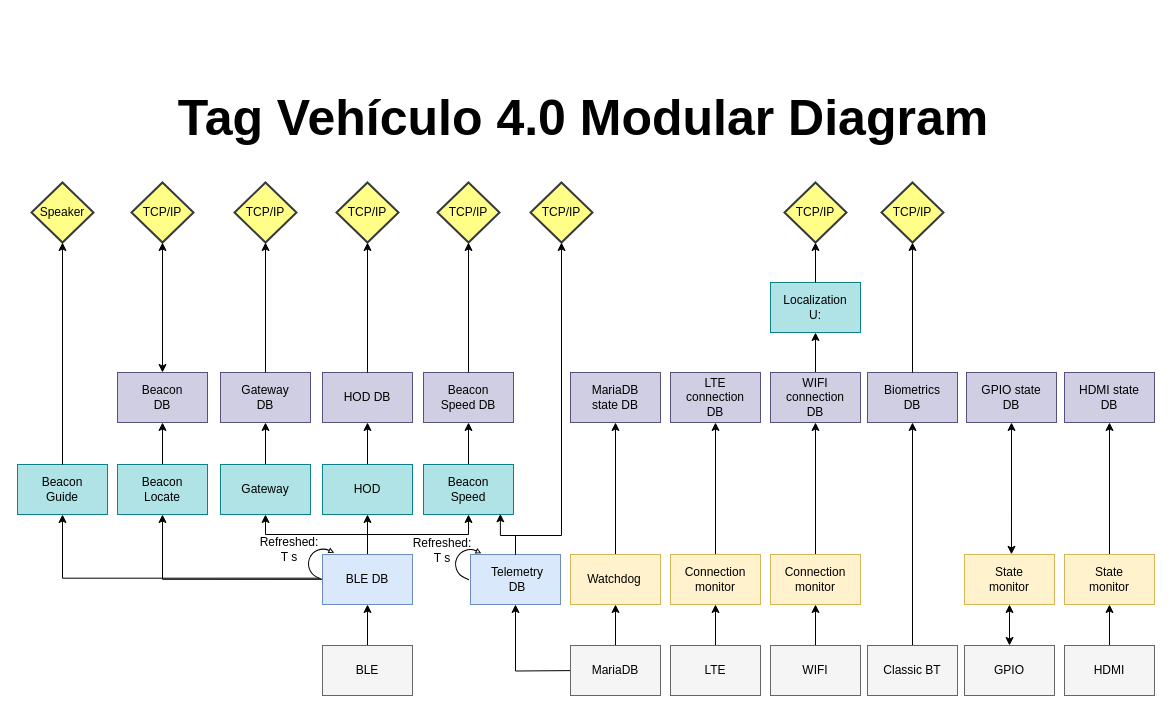
Above: Diagrama modular de Tag Vehiculo 4_0.drawio in CesarRodriguez14/Tag_Vehiculo_4_0_Diagramas (draw.io), before the change. Source tidied: cells renumbered, new cells numbered last; positions are measured from the earlier drawing's top-left corner, leaving out a move shared by most shapes. Both pictures are drawn from the tidied source at 100%, with x=0, y=0 at pixel (17, 92).
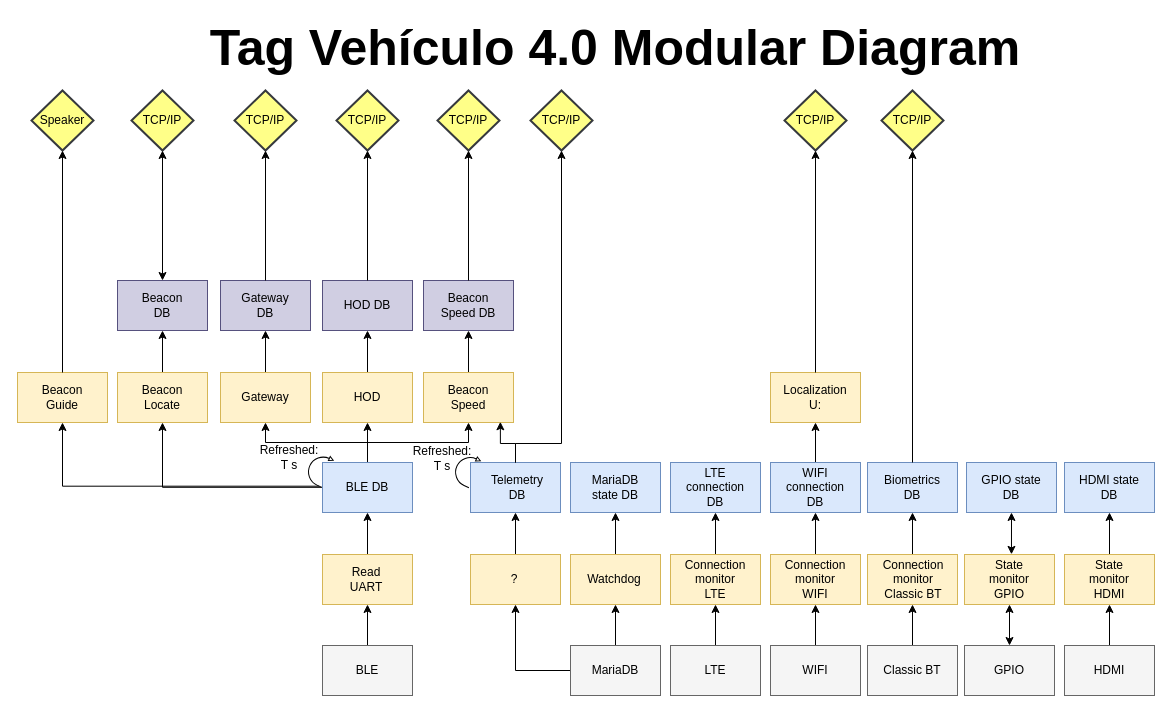
After the change.

The change refers to these unchanged cells:
```xml
<mxCell id="3" style="rounded=0;whiteSpace=wrap;html=1;fillColor=#f5f5f5;fontColor=#333333;strokeColor=#666666;" parent="1" vertex="1">
  <mxGeometry x="305" y="553" width="90" height="50" as="geometry" />
</mxCell>
<mxCell id="18" style="rounded=0;whiteSpace=wrap;html=1;fillColor=#f5f5f5;fontColor=#333333;strokeColor=#666666;" parent="1" vertex="1">
  <mxGeometry x="553" y="553" width="90" height="50" as="geometry" />
</mxCell>
<mxCell id="47" style="rounded=0;whiteSpace=wrap;html=1;fillColor=#f5f5f5;fontColor=#333333;strokeColor=#666666;" parent="1" vertex="1">
  <mxGeometry x="850" y="553" width="90" height="50" as="geometry" />
</mxCell>
```

Diff of the diagram source:
```diff
@@
-    <mxCell id="2" style="edgeStyle=orthogonalEdgeStyle;rounded=0;jettySize=auto;html=1;exitX=0.5;exitY=0;exitDx=0;exitDy=0;entryX=0.5;entryY=1;entryDx=0;entryDy=0;" parent="1" edge="1" source="3" target="23">
-      <mxGeometry relative="1" as="geometry" />
-    </mxCell>
+    <mxCell id="107" style="edgeStyle=orthogonalEdgeStyle;rounded=0;jettySize=auto;html=1;exitX=0.5;exitY=0;exitDx=0;exitDy=0;entryX=0.5;entryY=1;entryDx=0;entryDy=0;" parent="1" edge="1" source="3" target="111">
+      <mxGeometry relative="1" as="geometry" />
+    </mxCell>
@@
-    <mxCell id="17" style="edgeStyle=orthogonalEdgeStyle;rounded=0;jettySize=auto;html=1;exitX=0;exitY=0.5;exitDx=0;exitDy=0;entryX=0.5;entryY=1;entryDx=0;entryDy=0;" parent="1" edge="1" target="43">
-      <mxGeometry relative="1" as="geometry">
-        <mxPoint x="568" y="578" as="sourcePoint" />
-      </mxGeometry>
-    </mxCell>
+    <mxCell id="108" style="edgeStyle=orthogonalEdgeStyle;rounded=0;jettySize=auto;html=1;exitX=0;exitY=0.5;exitDx=0;exitDy=0;entryX=0.5;entryY=1;entryDx=0;entryDy=0;" parent="1" edge="1" source="18" target="117">
+      <mxGeometry relative="1" as="geometry" />
+    </mxCell>
@@
     <mxCell id="23" style="rounded=0;whiteSpace=wrap;html=1;fillColor=#DAE8FC;strokeColor=#6c8ebf;" parent="1" vertex="1">
-      <mxGeometry x="305" y="462" width="90" height="50" as="geometry" />
+      <mxGeometry x="305" y="370" width="90" height="50" as="geometry" />
     </mxCell>
     <mxCell id="24" value="BLE DB" style="text;html=1;align=center;verticalAlign=middle;whiteSpace=wrap;rounded=0;" parent="1" vertex="1">
-      <mxGeometry x="320" y="472" width="60" height="30" as="geometry" />
+      <mxGeometry x="320" y="380" width="60" height="30" as="geometry" />
     </mxCell>
@@
-    <mxCell id="27" value="Connection monitor" style="text;html=1;align=center;verticalAlign=middle;whiteSpace=wrap;rounded=0;" parent="1" vertex="1">
+    <mxCell id="27" value="Connection monitor LTE" style="text;html=1;align=center;verticalAlign=middle;whiteSpace=wrap;rounded=0;" parent="1" vertex="1">
       <mxGeometry x="668" y="472" width="60" height="30" as="geometry" />
     </mxCell>
@@
-    <mxCell id="30" value="Connection monitor" style="text;html=1;align=center;verticalAlign=middle;whiteSpace=wrap;rounded=0;" parent="1" vertex="1">
+    <mxCell id="30" value="Connection monitor WIFI" style="text;html=1;align=center;verticalAlign=middle;whiteSpace=wrap;rounded=0;" parent="1" vertex="1">
       <mxGeometry x="768" y="472" width="60" height="30" as="geometry" />
     </mxCell>
@@
-    <mxCell id="32" value="State monitor" style="text;html=1;align=center;verticalAlign=middle;whiteSpace=wrap;rounded=0;" parent="1" vertex="1">
+    <mxCell id="32" value="State monitor GPIO" style="text;html=1;align=center;verticalAlign=middle;whiteSpace=wrap;rounded=0;" parent="1" vertex="1">
       <mxGeometry x="962" y="472" width="60" height="30" as="geometry" />
     </mxCell>
@@
-    <mxCell id="35" value="State monitor" style="text;html=1;align=center;verticalAlign=middle;whiteSpace=wrap;rounded=0;" parent="1" vertex="1">
+    <mxCell id="35" value="State monitor HDMI" style="text;html=1;align=center;verticalAlign=middle;whiteSpace=wrap;rounded=0;" parent="1" vertex="1">
       <mxGeometry x="1062" y="472" width="60" height="30" as="geometry" />
     </mxCell>
@@
     <mxCell id="39" style="edgeStyle=orthogonalEdgeStyle;rounded=0;jettySize=auto;html=1;exitX=0;exitY=0;exitDx=20;exitDy=31.48;exitPerimeter=0;entryX=0.5;entryY=1;entryDx=0;entryDy=0;" parent="1" edge="1" source="41" target="58">
       <mxGeometry relative="1" as="geometry">
         <Array as="points">
-          <mxPoint x="145" y="487" />
+          <mxPoint x="145" y="395" />
         </Array>
       </mxGeometry>
     </mxCell>
@@
     <mxCell id="41" style="html=1;shadow=0;dashed=0;align=center;verticalAlign=middle;shape=mxgraph.arrows2.uTurnArrow;dy=0;arrowHead=4.41;dx2=4.26;rotation=25;" parent="1" vertex="1">
-      <mxGeometry x="291.9" y="452.6" width="20" height="31.5" as="geometry" />
+      <mxGeometry x="291.9" y="360.6" width="20" height="31.5" as="geometry" />
     </mxCell>
     <mxCell id="42" value="Refreshed:&lt;div&gt;T s&lt;/div&gt;" style="text;html=1;align=center;verticalAlign=middle;whiteSpace=wrap;rounded=0;" parent="1" vertex="1">
-      <mxGeometry x="242" y="442" width="60" height="30" as="geometry" />
+      <mxGeometry x="242" y="350" width="60" height="30" as="geometry" />
     </mxCell>
     <mxCell id="43" style="rounded=0;whiteSpace=wrap;html=1;fillColor=#dae8fc;strokeColor=#6c8ebf;" parent="1" vertex="1">
-      <mxGeometry x="453" y="462" width="90" height="50" as="geometry" />
+      <mxGeometry x="453" y="370" width="90" height="50" as="geometry" />
     </mxCell>
     <mxCell id="44" value="Telemetry DB" style="text;html=1;align=center;verticalAlign=middle;whiteSpace=wrap;rounded=0;" parent="1" vertex="1">
-      <mxGeometry x="470" y="472" width="60" height="30" as="geometry" />
+      <mxGeometry x="470" y="380" width="60" height="30" as="geometry" />
     </mxCell>
     <mxCell id="45" value="TCP/IP" style="strokeWidth=2;html=1;shape=mxgraph.flowchart.decision;whiteSpace=wrap;fillColor=#ffff88;strokeColor=#36393d;" parent="1" vertex="1">
-      <mxGeometry x="513" y="90" width="62" height="60" as="geometry" />
+      <mxGeometry x="513" y="-2" width="62" height="60" as="geometry" />
     </mxCell>
-    <mxCell id="46" style="edgeStyle=orthogonalEdgeStyle;rounded=0;jettySize=auto;html=1;exitX=0.5;exitY=0;exitDx=0;exitDy=0;entryX=0.5;entryY=1;entryDx=0;entryDy=0;" parent="1" edge="1" source="47" target="49">
-      <mxGeometry relative="1" as="geometry" />
-    </mxCell>
+    <mxCell id="109" style="edgeStyle=orthogonalEdgeStyle;rounded=0;jettySize=auto;html=1;exitX=0.5;exitY=0;exitDx=0;exitDy=0;entryX=0.5;entryY=1;entryDx=0;entryDy=0;" parent="1" edge="1" source="47" target="114">
+      <mxGeometry relative="1" as="geometry" />
+    </mxCell>
@@
-    <mxCell id="49" style="rounded=0;whiteSpace=wrap;html=1;fillColor=#d0cee2;strokeColor=#56517e;" parent="1" vertex="1">
-      <mxGeometry x="850" y="280" width="90" height="50" as="geometry" />
+    <mxCell id="49" style="rounded=0;whiteSpace=wrap;html=1;fillColor=#dae8fc;strokeColor=#6c8ebf;" parent="1" vertex="1">
+      <mxGeometry x="850" y="370" width="90" height="50" as="geometry" />
     </mxCell>
     <mxCell id="50" value="Biometrics DB" style="text;html=1;align=center;verticalAlign=middle;whiteSpace=wrap;rounded=0;" parent="1" vertex="1">
-      <mxGeometry x="865" y="290" width="60" height="30" as="geometry" />
+      <mxGeometry x="865" y="380" width="60" height="30" as="geometry" />
     </mxCell>
     <mxCell id="51" value="TCP/IP" style="strokeWidth=2;html=1;shape=mxgraph.flowchart.decision;whiteSpace=wrap;fillColor=#ffff88;strokeColor=#36393d;" parent="1" vertex="1">
-      <mxGeometry x="864" y="90" width="62" height="60" as="geometry" />
+      <mxGeometry x="864" y="-2" width="62" height="60" as="geometry" />
     </mxCell>
@@
-    <mxCell id="53" style="rounded=0;whiteSpace=wrap;html=1;fillColor=#b0e3e6;strokeColor=#0e8088;" parent="1" vertex="1">
-      <mxGeometry x="753" y="190" width="90" height="50" as="geometry" />
+    <mxCell id="53" style="rounded=0;whiteSpace=wrap;html=1;fillColor=#fff2cc;strokeColor=#d6b656;" parent="1" vertex="1">
+      <mxGeometry x="753" y="280" width="90" height="50" as="geometry" />
     </mxCell>
     <mxCell id="54" value="Localization&lt;div&gt;U:&lt;/div&gt;" style="text;html=1;align=center;verticalAlign=middle;whiteSpace=wrap;rounded=0;" parent="1" vertex="1">
-      <mxGeometry x="767" y="200" width="62" height="30" as="geometry" />
+      <mxGeometry x="767" y="290" width="62" height="30" as="geometry" />
     </mxCell>
     <mxCell id="55" value="TCP/IP" style="strokeWidth=2;html=1;shape=mxgraph.flowchart.decision;whiteSpace=wrap;fillColor=#ffff88;strokeColor=#36393d;" parent="1" vertex="1">
-      <mxGeometry x="767" y="90" width="62" height="60" as="geometry" />
+      <mxGeometry x="767" y="-2" width="62" height="60" as="geometry" />
     </mxCell>
@@
-    <mxCell id="58" style="rounded=0;whiteSpace=wrap;html=1;fillColor=#b0e3e6;strokeColor=#0e8088;" parent="1" vertex="1">
-      <mxGeometry x="100" y="372" width="90" height="50" as="geometry" />
+    <mxCell id="58" style="rounded=0;whiteSpace=wrap;html=1;fillColor=#fff2cc;strokeColor=#d6b656;" parent="1" vertex="1">
+      <mxGeometry x="100" y="280" width="90" height="50" as="geometry" />
     </mxCell>
     <mxCell id="59" value="Beacon Locate" style="text;html=1;align=center;verticalAlign=middle;whiteSpace=wrap;rounded=0;" parent="1" vertex="1">
-      <mxGeometry x="114" y="382" width="62" height="30" as="geometry" />
+      <mxGeometry x="114" y="290" width="62" height="30" as="geometry" />
     </mxCell>
     <mxCell id="60" style="rounded=0;whiteSpace=wrap;html=1;fillColor=#d0cee2;strokeColor=#56517e;" parent="1" vertex="1">
-      <mxGeometry x="100" y="280" width="90" height="50" as="geometry" />
+      <mxGeometry x="100" y="188" width="90" height="50" as="geometry" />
     </mxCell>
     <mxCell id="61" value="Beacon DB" style="text;html=1;align=center;verticalAlign=middle;whiteSpace=wrap;rounded=0;" parent="1" vertex="1">
-      <mxGeometry x="114" y="290" width="62" height="30" as="geometry" />
+      <mxGeometry x="114" y="198" width="62" height="30" as="geometry" />
     </mxCell>
     <mxCell id="62" value="TCP/IP" style="strokeWidth=2;html=1;shape=mxgraph.flowchart.decision;whiteSpace=wrap;fillColor=#ffff88;strokeColor=#36393d;" parent="1" vertex="1">
-      <mxGeometry x="114" y="90" width="62" height="60" as="geometry" />
+      <mxGeometry x="114" y="-2" width="62" height="60" as="geometry" />
     </mxCell>
@@
-    <mxCell id="64" style="rounded=0;whiteSpace=wrap;html=1;fillColor=#b0e3e6;strokeColor=#0e8088;" parent="1" vertex="1">
-      <mxGeometry x="203" y="372" width="90" height="50" as="geometry" />
+    <mxCell id="64" style="rounded=0;whiteSpace=wrap;html=1;fillColor=#fff2cc;strokeColor=#d6b656;" parent="1" vertex="1">
+      <mxGeometry x="203" y="280" width="90" height="50" as="geometry" />
     </mxCell>
     <mxCell id="65" value="Gateway" style="text;html=1;align=center;verticalAlign=middle;whiteSpace=wrap;rounded=0;" parent="1" vertex="1">
-      <mxGeometry x="217" y="382" width="62" height="30" as="geometry" />
+      <mxGeometry x="217" y="290" width="62" height="30" as="geometry" />
     </mxCell>
     <mxCell id="66" style="rounded=0;whiteSpace=wrap;html=1;fillColor=#D0CEE2;strokeColor=#56517e;" parent="1" vertex="1">
-      <mxGeometry x="203" y="280" width="90" height="50" as="geometry" />
+      <mxGeometry x="203" y="188" width="90" height="50" as="geometry" />
     </mxCell>
     <mxCell id="67" value="Gateway DB" style="text;html=1;align=center;verticalAlign=middle;whiteSpace=wrap;rounded=0;" parent="1" vertex="1">
-      <mxGeometry x="217" y="290" width="62" height="30" as="geometry" />
+      <mxGeometry x="217" y="198" width="62" height="30" as="geometry" />
     </mxCell>
@@
-    <mxCell id="69" style="rounded=0;whiteSpace=wrap;html=1;fillColor=#b0e3e6;strokeColor=#0e8088;" parent="1" vertex="1">
-      <mxGeometry x="305" y="372" width="90" height="50" as="geometry" />
+    <mxCell id="69" style="rounded=0;whiteSpace=wrap;html=1;fillColor=#fff2cc;strokeColor=#d6b656;" parent="1" vertex="1">
+      <mxGeometry x="305" y="280" width="90" height="50" as="geometry" />
     </mxCell>
     <mxCell id="70" value="HOD" style="text;html=1;align=center;verticalAlign=middle;whiteSpace=wrap;rounded=0;" parent="1" vertex="1">
-      <mxGeometry x="319" y="382" width="62" height="30" as="geometry" />
+      <mxGeometry x="319" y="290" width="62" height="30" as="geometry" />
     </mxCell>
@@
-    <mxCell id="72" style="rounded=0;whiteSpace=wrap;html=1;fillColor=#b0e3e6;strokeColor=#0e8088;" parent="1" vertex="1">
-      <mxGeometry x="406" y="372" width="90" height="50" as="geometry" />
+    <mxCell id="72" style="rounded=0;whiteSpace=wrap;html=1;fillColor=#fff2cc;strokeColor=#d6b656;" parent="1" vertex="1">
+      <mxGeometry x="406" y="280" width="90" height="50" as="geometry" />
     </mxCell>
     <mxCell id="73" value="Beacon Speed" style="text;html=1;align=center;verticalAlign=middle;whiteSpace=wrap;rounded=0;" parent="1" vertex="1">
-      <mxGeometry x="420" y="382" width="62" height="30" as="geometry" />
+      <mxGeometry x="420" y="290" width="62" height="30" as="geometry" />
     </mxCell>
     <mxCell id="74" style="rounded=0;whiteSpace=wrap;html=1;fillColor=#d0cee2;strokeColor=#56517e;" parent="1" vertex="1">
-      <mxGeometry x="406" y="280" width="90" height="50" as="geometry" />
+      <mxGeometry x="406" y="188" width="90" height="50" as="geometry" />
     </mxCell>
     <mxCell id="75" value="Beacon Speed DB" style="text;html=1;align=center;verticalAlign=middle;whiteSpace=wrap;rounded=0;" parent="1" vertex="1">
-      <mxGeometry x="420" y="290" width="62" height="30" as="geometry" />
+      <mxGeometry x="420" y="198" width="62" height="30" as="geometry" />
     </mxCell>
     <mxCell id="76" style="html=1;shadow=0;dashed=0;align=center;verticalAlign=middle;shape=mxgraph.arrows2.uTurnArrow;dy=0;arrowHead=4.41;dx2=4.26;rotation=25;" parent="1" vertex="1">
-      <mxGeometry x="439" y="453" width="20" height="31.5" as="geometry" />
+      <mxGeometry x="439" y="361" width="20" height="31.5" as="geometry" />
     </mxCell>
     <mxCell id="77" value="Refreshed:&lt;div&gt;T s&lt;/div&gt;" style="text;html=1;align=center;verticalAlign=middle;whiteSpace=wrap;rounded=0;" parent="1" vertex="1">
-      <mxGeometry x="395" y="443" width="60" height="30" as="geometry" />
+      <mxGeometry x="395" y="351" width="60" height="30" as="geometry" />
     </mxCell>
     <mxCell id="78" style="rounded=0;whiteSpace=wrap;html=1;fillColor=#d0cee2;strokeColor=#56517e;" parent="1" vertex="1">
-      <mxGeometry x="305" y="280" width="90" height="50" as="geometry" />
+      <mxGeometry x="305" y="188" width="90" height="50" as="geometry" />
     </mxCell>
     <mxCell id="79" value="HOD DB" style="text;html=1;align=center;verticalAlign=middle;whiteSpace=wrap;rounded=0;" parent="1" vertex="1">
-      <mxGeometry x="319" y="290" width="62" height="30" as="geometry" />
+      <mxGeometry x="319" y="198" width="62" height="30" as="geometry" />
     </mxCell>
     <mxCell id="80" value="TCP/IP" style="strokeWidth=2;html=1;shape=mxgraph.flowchart.decision;whiteSpace=wrap;fillColor=#ffff88;strokeColor=#36393d;" parent="1" vertex="1">
-      <mxGeometry x="217" y="90" width="62" height="60" as="geometry" />
+      <mxGeometry x="217" y="-2" width="62" height="60" as="geometry" />
     </mxCell>
@@
     <mxCell id="82" value="TCP/IP" style="strokeWidth=2;html=1;shape=mxgraph.flowchart.decision;whiteSpace=wrap;fillColor=#ffff88;strokeColor=#36393d;" parent="1" vertex="1">
-      <mxGeometry x="319" y="90" width="62" height="60" as="geometry" />
+      <mxGeometry x="319" y="-2" width="62" height="60" as="geometry" />
     </mxCell>
@@
     <mxCell id="84" value="TCP/IP" style="strokeWidth=2;html=1;shape=mxgraph.flowchart.decision;whiteSpace=wrap;fillColor=#ffff88;strokeColor=#36393d;" parent="1" vertex="1">
-      <mxGeometry x="420" y="90" width="62" height="60" as="geometry" />
+      <mxGeometry x="420" y="-2" width="62" height="60" as="geometry" />
     </mxCell>
@@
     <mxCell id="86" value="Tag Vehículo 4.0 Modular Diagram" style="text;html=1;align=center;verticalAlign=middle;whiteSpace=wrap;rounded=0;fontSize=50;fontStyle=1;" parent="1" vertex="1">
-      <mxGeometry x="71" width="990" height="50" as="geometry" />
+      <mxGeometry x="103" y="-70" width="990" height="50" as="geometry" />
     </mxCell>
     <mxCell id="87" style="edgeStyle=orthogonalEdgeStyle;rounded=0;jettySize=auto;html=1;exitX=0.5;exitY=0;exitDx=0;exitDy=0;entryX=0.854;entryY=0.986;entryDx=0;entryDy=0;entryPerimeter=0;" parent="1" edge="1" source="43" target="72">
       <mxGeometry relative="1" as="geometry">
         <Array as="points">
-          <mxPoint x="498" y="443" />
-          <mxPoint x="483" y="443" />
+          <mxPoint x="498" y="351" />
+          <mxPoint x="483" y="351" />
         </Array>
       </mxGeometry>
     </mxCell>
     <mxCell id="88" style="edgeStyle=orthogonalEdgeStyle;rounded=0;jettySize=auto;html=1;exitX=0.5;exitY=0;exitDx=0;exitDy=0;entryX=0.5;entryY=1;entryDx=0;entryDy=0;entryPerimeter=0;" parent="1" edge="1" source="43" target="45">
       <mxGeometry relative="1" as="geometry">
         <Array as="points">
-          <mxPoint x="498" y="443" />
-          <mxPoint x="544" y="443" />
-          <mxPoint x="544" y="150" />
+          <mxPoint x="498" y="351" />
+          <mxPoint x="544" y="351" />
+          <mxPoint x="544" y="58" />
         </Array>
       </mxGeometry>
     </mxCell>
-    <mxCell id="89" style="rounded=0;whiteSpace=wrap;html=1;fillColor=#d0cee2;strokeColor=#56517e;" parent="1" vertex="1">
-      <mxGeometry x="653" y="280" width="90" height="50" as="geometry" />
+    <mxCell id="89" style="rounded=0;whiteSpace=wrap;html=1;fillColor=#dae8fc;strokeColor=#6c8ebf;" parent="1" vertex="1">
+      <mxGeometry x="653" y="370" width="90" height="50" as="geometry" />
     </mxCell>
     <mxCell id="90" value="LTE connection DB" style="text;html=1;align=center;verticalAlign=middle;whiteSpace=wrap;rounded=0;" parent="1" vertex="1">
-      <mxGeometry x="667" y="290" width="62" height="30" as="geometry" />
+      <mxGeometry x="667" y="380" width="62" height="30" as="geometry" />
     </mxCell>
-    <mxCell id="91" style="rounded=0;whiteSpace=wrap;html=1;fillColor=#d0cee2;strokeColor=#56517e;" parent="1" vertex="1">
-      <mxGeometry x="949" y="280" width="90" height="50" as="geometry" />
+    <mxCell id="91" style="rounded=0;whiteSpace=wrap;html=1;fillColor=#dae8fc;strokeColor=#6c8ebf;" parent="1" vertex="1">
+      <mxGeometry x="949" y="370" width="90" height="50" as="geometry" />
     </mxCell>
     <mxCell id="92" value="GPIO state DB" style="text;html=1;align=center;verticalAlign=middle;whiteSpace=wrap;rounded=0;" parent="1" vertex="1">
-      <mxGeometry x="963" y="290" width="62" height="30" as="geometry" />
+      <mxGeometry x="963" y="380" width="62" height="30" as="geometry" />
     </mxCell>
@@
-    <mxCell id="95" style="rounded=0;whiteSpace=wrap;html=1;fillColor=#d0cee2;strokeColor=#56517e;" parent="1" vertex="1">
-      <mxGeometry x="1047" y="280" width="90" height="50" as="geometry" />
+    <mxCell id="95" style="rounded=0;whiteSpace=wrap;html=1;fillColor=#dae8fc;strokeColor=#6c8ebf;" parent="1" vertex="1">
+      <mxGeometry x="1047" y="370" width="90" height="50" as="geometry" />
     </mxCell>
     <mxCell id="96" value="HDMI state DB" style="text;html=1;align=center;verticalAlign=middle;whiteSpace=wrap;rounded=0;" parent="1" vertex="1">
-      <mxGeometry x="1061" y="290" width="62" height="30" as="geometry" />
+      <mxGeometry x="1061" y="380" width="62" height="30" as="geometry" />
     </mxCell>
@@
-    <mxCell id="98" style="rounded=0;whiteSpace=wrap;html=1;fillColor=#b0e3e6;strokeColor=#0e8088;" parent="1" vertex="1">
-      <mxGeometry y="372" width="90" height="50" as="geometry" />
+    <mxCell id="98" style="rounded=0;whiteSpace=wrap;html=1;fillColor=#fff2cc;strokeColor=#d6b656;" parent="1" vertex="1">
+      <mxGeometry y="280" width="90" height="50" as="geometry" />
     </mxCell>
     <mxCell id="99" value="Beacon Guide" style="text;html=1;align=center;verticalAlign=middle;whiteSpace=wrap;rounded=0;" parent="1" vertex="1">
-      <mxGeometry x="14" y="382" width="62" height="30" as="geometry" />
+      <mxGeometry x="14" y="290" width="62" height="30" as="geometry" />
     </mxCell>
     <mxCell id="100" value="Speaker" style="strokeWidth=2;html=1;shape=mxgraph.flowchart.decision;whiteSpace=wrap;fillColor=#ffff88;strokeColor=#36393d;" parent="1" vertex="1">
-      <mxGeometry x="14" y="90" width="62" height="60" as="geometry" />
+      <mxGeometry x="14" y="-2" width="62" height="60" as="geometry" />
     </mxCell>
@@
-    <mxCell id="103" style="rounded=0;whiteSpace=wrap;html=1;fillColor=#d0cee2;strokeColor=#56517e;" parent="1" vertex="1">
-      <mxGeometry x="753" y="280" width="90" height="50" as="geometry" />
+    <mxCell id="103" style="rounded=0;whiteSpace=wrap;html=1;fillColor=#dae8fc;strokeColor=#6c8ebf;" parent="1" vertex="1">
+      <mxGeometry x="753" y="370" width="90" height="50" as="geometry" />
     </mxCell>
     <mxCell id="104" value="WIFI connection DB" style="text;html=1;align=center;verticalAlign=middle;whiteSpace=wrap;rounded=0;" parent="1" vertex="1">
-      <mxGeometry x="767" y="290" width="62" height="30" as="geometry" />
+      <mxGeometry x="767" y="380" width="62" height="30" as="geometry" />
     </mxCell>
-    <mxCell id="105" style="rounded=0;whiteSpace=wrap;html=1;fillColor=#d0cee2;strokeColor=#56517e;" parent="1" vertex="1">
-      <mxGeometry x="553" y="280" width="90" height="50" as="geometry" />
+    <mxCell id="105" style="rounded=0;whiteSpace=wrap;html=1;fillColor=#DAE8FC;strokeColor=#6c8ebf;" parent="1" vertex="1">
+      <mxGeometry x="553" y="370" width="90" height="50" as="geometry" />
     </mxCell>
     <mxCell id="106" value="MariaDB state DB" style="text;html=1;align=center;verticalAlign=middle;whiteSpace=wrap;rounded=0;" parent="1" vertex="1">
-      <mxGeometry x="567" y="290" width="62" height="30" as="geometry" />
+      <mxGeometry x="567" y="380" width="62" height="30" as="geometry" />
     </mxCell>
+    <mxCell id="110" style="edgeStyle=orthogonalEdgeStyle;rounded=0;jettySize=auto;html=1;exitX=0.5;exitY=0;exitDx=0;exitDy=0;entryX=0.5;entryY=1;entryDx=0;entryDy=0;" parent="1" edge="1" source="111" target="23">
+      <mxGeometry relative="1" as="geometry" />
+    </mxCell>
+    <mxCell id="111" style="rounded=0;whiteSpace=wrap;html=1;fillColor=#fff2cc;strokeColor=#d6b656;" parent="1" vertex="1">
+      <mxGeometry x="305" y="462" width="90" height="50" as="geometry" />
+    </mxCell>
+    <mxCell id="112" value="Read UART" style="text;html=1;align=center;verticalAlign=middle;whiteSpace=wrap;rounded=0;" parent="1" vertex="1">
+      <mxGeometry x="319" y="472" width="60" height="30" as="geometry" />
+    </mxCell>
+    <mxCell id="113" style="edgeStyle=orthogonalEdgeStyle;rounded=0;jettySize=auto;html=1;exitX=0.5;exitY=0;exitDx=0;exitDy=0;entryX=0.5;entryY=1;entryDx=0;entryDy=0;" parent="1" edge="1" source="114" target="49">
+      <mxGeometry relative="1" as="geometry" />
+    </mxCell>
+    <mxCell id="114" style="rounded=0;whiteSpace=wrap;html=1;fillColor=#fff2cc;strokeColor=#d6b656;" parent="1" vertex="1">
+      <mxGeometry x="850" y="462" width="90" height="50" as="geometry" />
+    </mxCell>
+    <mxCell id="115" value="Connection monitor Classic BT" style="text;html=1;align=center;verticalAlign=middle;whiteSpace=wrap;rounded=0;" parent="1" vertex="1">
+      <mxGeometry x="866" y="472" width="60" height="30" as="geometry" />
+    </mxCell>
+    <mxCell id="116" style="edgeStyle=orthogonalEdgeStyle;rounded=0;jettySize=auto;html=1;exitX=0.5;exitY=0;exitDx=0;exitDy=0;entryX=0.5;entryY=1;entryDx=0;entryDy=0;" parent="1" edge="1" source="117" target="43">
+      <mxGeometry relative="1" as="geometry" />
+    </mxCell>
+    <mxCell id="117" style="rounded=0;whiteSpace=wrap;html=1;fillColor=#fff2cc;strokeColor=#d6b656;" parent="1" vertex="1">
+      <mxGeometry x="453" y="462" width="90" height="50" as="geometry" />
+    </mxCell>
+    <mxCell id="118" value="?" style="text;html=1;align=center;verticalAlign=middle;whiteSpace=wrap;rounded=0;" parent="1" vertex="1">
+      <mxGeometry x="467" y="472" width="60" height="30" as="geometry" />
+    </mxCell>
```
